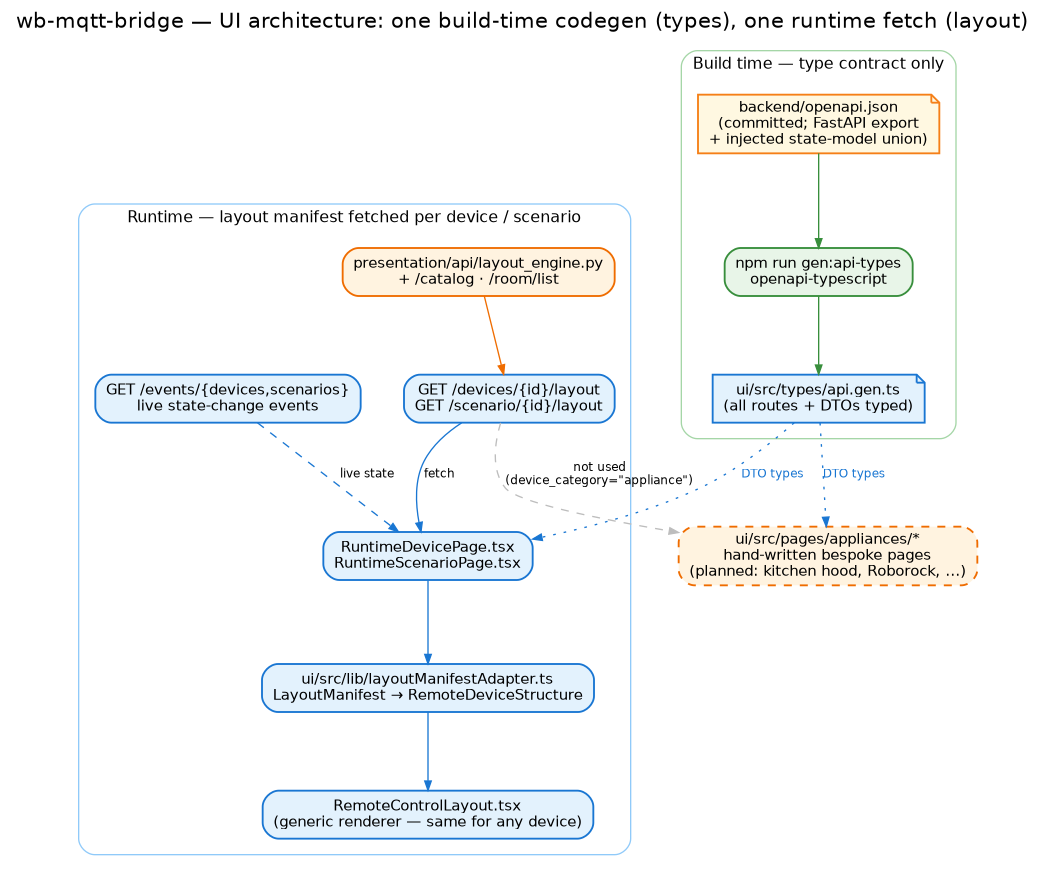
Earlier version of the Graphviz export docs/images/ui-architecture.png (droman42/wb-mqtt-bridge). Its source is kept beside it as docs/images/ui-architecture.dot. Source of this version:
```dot
digraph ui_architecture {
  rankdir=TB;
  bgcolor="white";
  splines=spline;
  nodesep=0.45; ranksep=0.8;
  fontname="Helvetica"; labelloc=t; fontsize=16;
  label="wb-mqtt-bridge — UI architecture: one build-time codegen (types), one runtime fetch (layout)";

  node [fontname="Helvetica", fontsize=11, shape=box, style="filled,rounded", penwidth=1.4];
  edge [fontname="Helvetica", fontsize=9, color="#9e9e9e", arrowsize=0.7];

  subgraph cluster_build {
    label="Build time — type contract only";
    fontsize=12; color="#a5d6a7"; style=rounded; margin=12;

    openapi [shape=note, fillcolor="#fff8e1", color="#f57f17",
             label="backend/openapi.json\n(committed; FastAPI export\n+ injected state-model union)"];
    gen     [label="npm run gen:api-types\nopenapi-typescript", fillcolor="#e8f5e8", color="#388e3c"];
    types   [shape=note, fillcolor="#e3f2fd", color="#1976d2",
             label="ui/src/types/api.gen.ts\n(all routes + DTOs typed)"];

    openapi -> gen [color="#388e3c"];
    gen -> types  [color="#388e3c"];
  }

  subgraph cluster_runtime {
    label="Runtime — layout manifest fetched per device / scenario";
    fontsize=12; color="#90caf9"; style=rounded; margin=12;

    backend_engine [label="presentation/api/layout_engine.py\n+ /catalog · /room/list",
                    fillcolor="#fff3e0", color="#ef6c00"];
    manifest_api [label="GET /devices/{id}/layout\nGET /scenario/{id}/layout",
                  fillcolor="#e3f2fd", color="#1976d2"];
    adapter [label="ui/src/lib/layoutManifestAdapter.ts\nLayoutManifest → RemoteDeviceStructure",
             fillcolor="#e3f2fd", color="#1976d2"];
    runtime_page [label="RuntimeDevicePage.tsx\nRuntimeScenarioPage.tsx",
                  fillcolor="#e3f2fd", color="#1976d2"];
    remote_layout [label="RemoteControlLayout.tsx\n(generic renderer — same for any device)",
                   fillcolor="#e3f2fd", color="#1976d2"];
    sse [label="GET /events/{devices,scenarios}\nlive state-change events",
         fillcolor="#e3f2fd", color="#1976d2"];

    backend_engine -> manifest_api [color="#ef6c00"];
    manifest_api -> runtime_page [label="fetch", color="#1976d2"];
    runtime_page -> adapter [color="#1976d2"];
    adapter -> remote_layout [color="#1976d2"];
    sse -> runtime_page [style=dashed, label="live state", color="#1976d2"];
  }

  appliance [label="ui/src/pages/appliances/*\nhand-written bespoke pages\n(planned: kitchen hood, Roborock, …)",
             fillcolor="#fff3e0", color="#ef6c00", style="filled,rounded,dashed"];

  types -> runtime_page [style=dotted, label="DTO types", color="#1976d2", fontcolor="#1976d2"];
  types -> appliance    [style=dotted, label="DTO types", color="#1976d2", fontcolor="#1976d2"];

  manifest_api -> appliance [style=dashed, color="#bdbdbd", label="not used\n(device_category=\"appliance\")"];
}
```
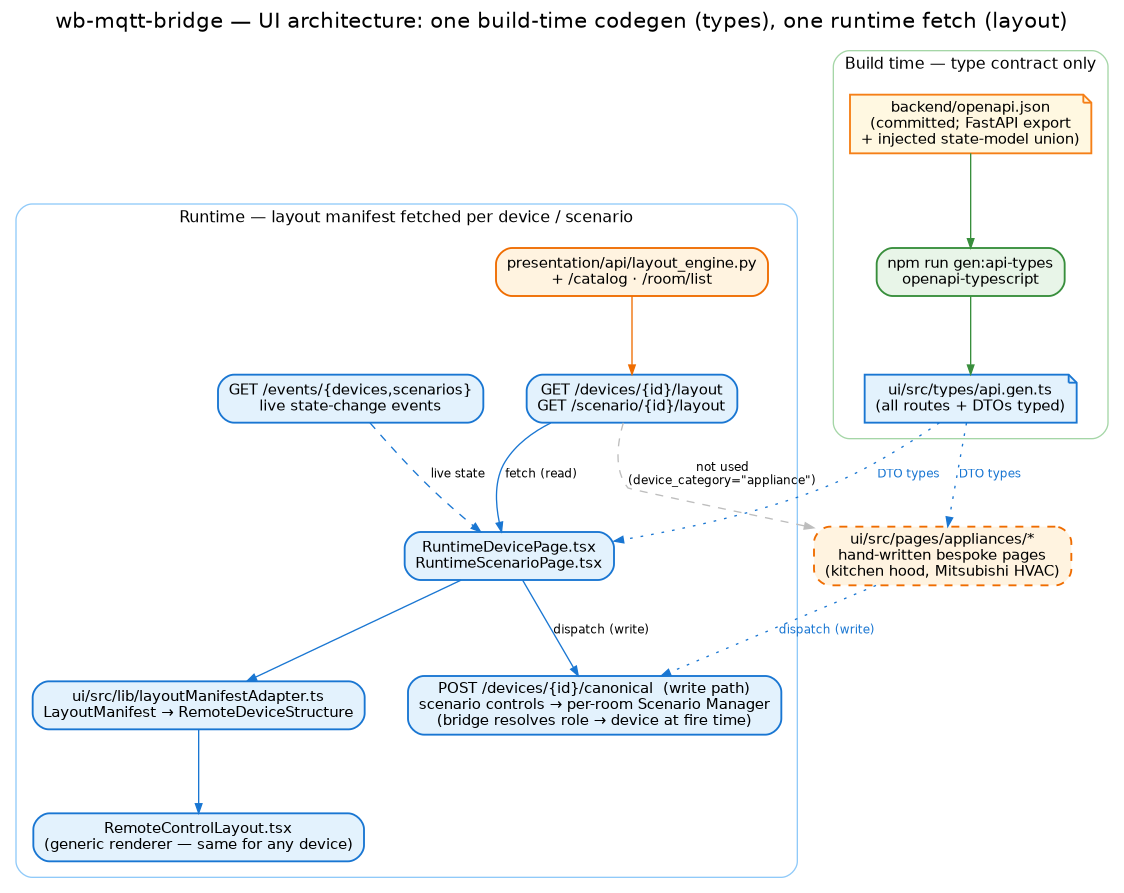
After the change.

Commit message:
REL-4: regenerate the 2 stale diagrams (canonical-first write path)

Change to the diagram source:
```diff
@@ -39,19 +39,23 @@
                    fillcolor="#e3f2fd", color="#1976d2"];
     sse [label="GET /events/{devices,scenarios}\nlive state-change events",
          fillcolor="#e3f2fd", color="#1976d2"];
+    canonical_write [label="POST /devices/{id}/canonical  (write path)\nscenario controls → per-room Scenario Manager\n(bridge resolves role → device at fire time)",
+                     fillcolor="#e3f2fd", color="#1976d2"];
 
     backend_engine -> manifest_api [color="#ef6c00"];
-    manifest_api -> runtime_page [label="fetch", color="#1976d2"];
+    manifest_api -> runtime_page [label="fetch (read)", color="#1976d2"];
     runtime_page -> adapter [color="#1976d2"];
     adapter -> remote_layout [color="#1976d2"];
     sse -> runtime_page [style=dashed, label="live state", color="#1976d2"];
+    runtime_page -> canonical_write [label="dispatch (write)", color="#1976d2"];
   }
 
-  appliance [label="ui/src/pages/appliances/*\nhand-written bespoke pages\n(planned: kitchen hood, Roborock, …)",
+  appliance [label="ui/src/pages/appliances/*\nhand-written bespoke pages\n(kitchen hood, Mitsubishi HVAC)",
              fillcolor="#fff3e0", color="#ef6c00", style="filled,rounded,dashed"];
 
   types -> runtime_page [style=dotted, label="DTO types", color="#1976d2", fontcolor="#1976d2"];
   types -> appliance    [style=dotted, label="DTO types", color="#1976d2", fontcolor="#1976d2"];
 
   manifest_api -> appliance [style=dashed, color="#bdbdbd", label="not used\n(device_category=\"appliance\")"];
+  appliance -> canonical_write [style=dotted, color="#1976d2", label="dispatch (write)", fontcolor="#1976d2"];
 }
```
